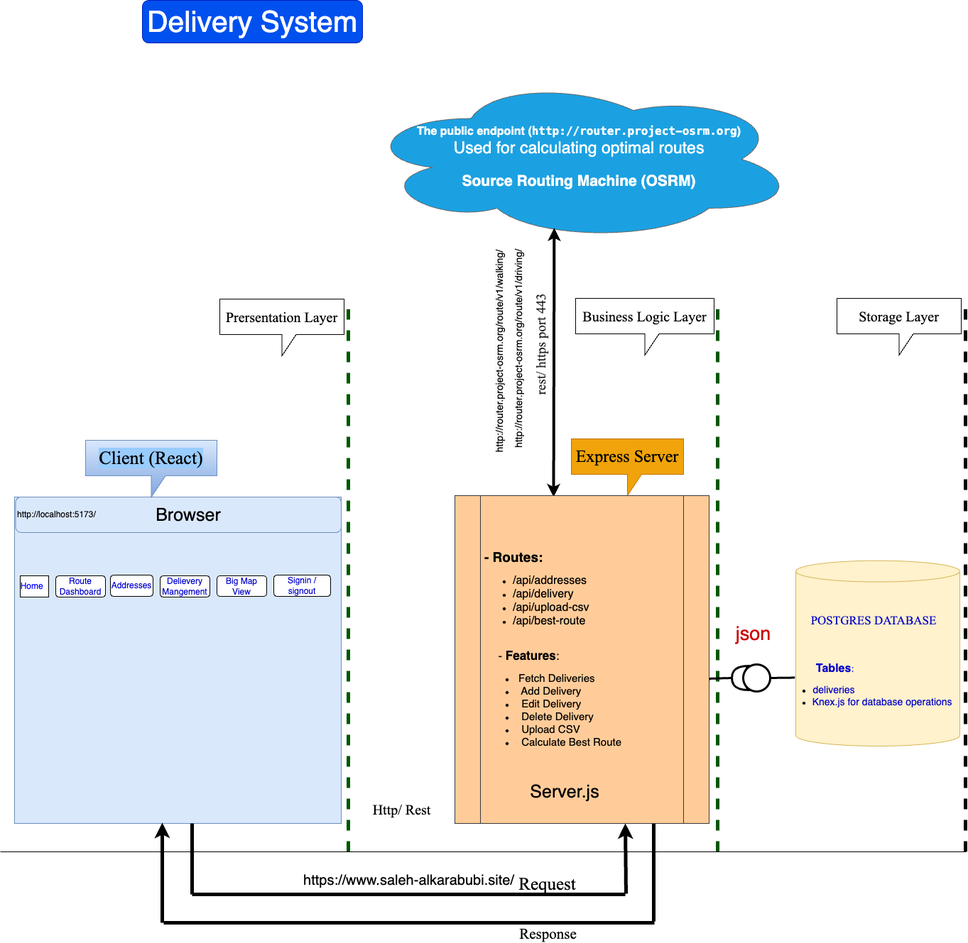
The draw.io diagram client/src/assets/Diagram.drawio.png in karabubi/Delivery-man-system, before a commit. Source tidied: cells renumbered, new cells last; positions are measured from the earlier drawing's top-left corner, leaving out a move shared by most shapes.
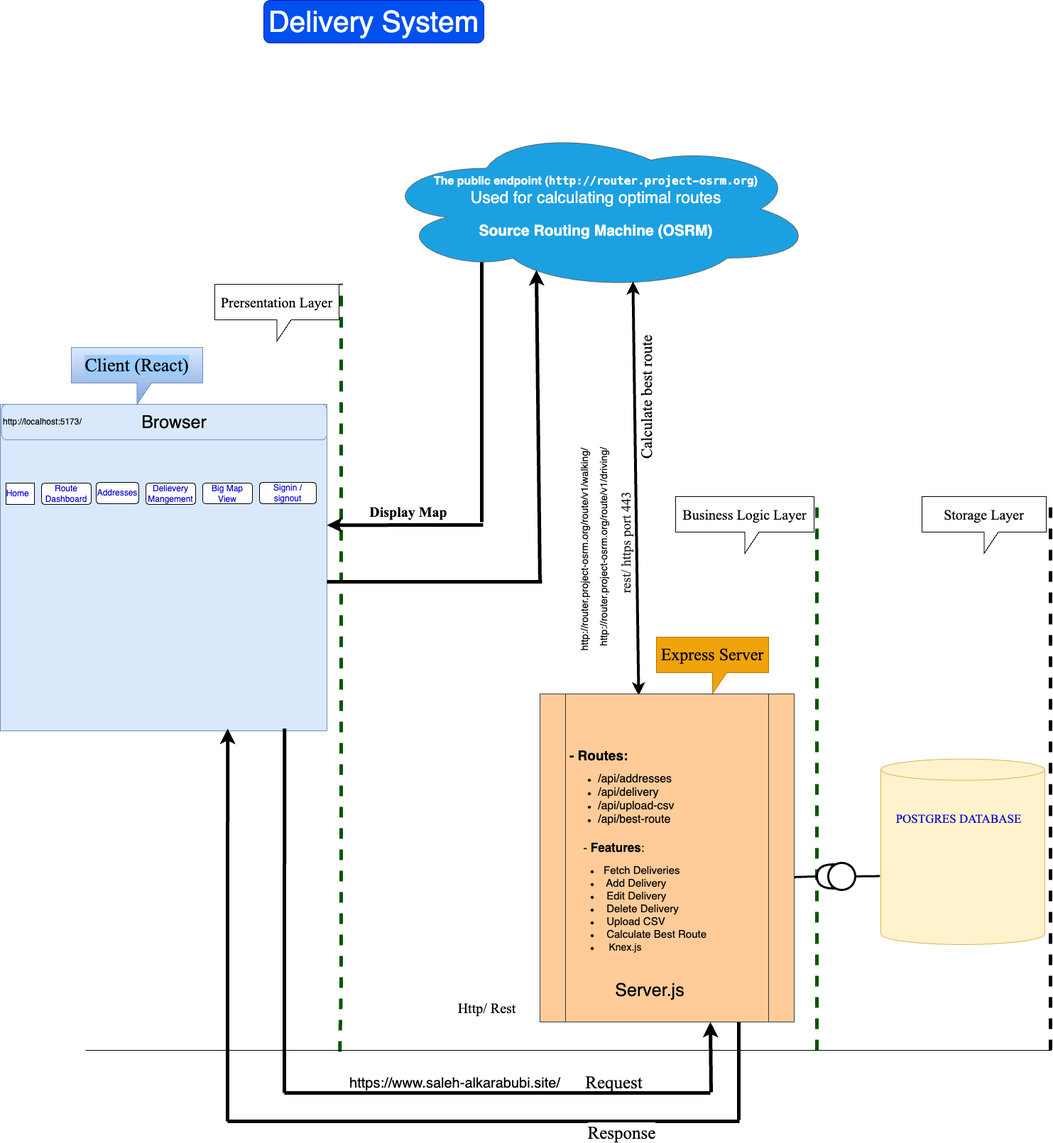
Above is the later version.

Diff of the diagram source:
```diff
@@ -5,27 +5,27 @@
     <mxCell id="2" style="whiteSpace=wrap;html=1;fillColor=#dae8fc;strokeColor=#6c8ebf;" parent="1" vertex="1">
-      <mxGeometry x="20" y="700" width="460" height="460" as="geometry" />
+      <mxGeometry x="-120" y="290" width="460" height="460" as="geometry" />
     </mxCell>
     <mxCell id="3" value="&lt;font style=&quot;font-size: 41px;&quot;&gt;Delivery System&lt;/font&gt;" style="rounded=1;whiteSpace=wrap;html=1;fillColor=#0050ef;fontColor=#ffffff;strokeColor=#001DBC;" parent="1" vertex="1">
-      <mxGeometry x="200" width="310" height="60" as="geometry" />
+      <mxGeometry x="251" y="-279" width="310" height="60" as="geometry" />
     </mxCell>
     <mxCell id="4" value="&lt;font color=&quot;#0000ff&quot;&gt;Home&amp;nbsp;&amp;nbsp;&lt;/font&gt;" style="rounded=0;whiteSpace=wrap;html=1;" parent="1" vertex="1">
-      <mxGeometry x="28" y="811" width="40" height="30" as="geometry" />
+      <mxGeometry x="-112" y="401" width="40" height="30" as="geometry" />
     </mxCell>
     <mxCell id="5" value="&lt;font color=&quot;#0000cc&quot;&gt;Route Dashboard&lt;/font&gt;" style="rounded=1;whiteSpace=wrap;html=1;" parent="1" vertex="1">
-      <mxGeometry x="78" y="811" width="70" height="30" as="geometry" />
+      <mxGeometry x="-62" y="401" width="70" height="30" as="geometry" />
     </mxCell>
     <mxCell id="6" value="&lt;font color=&quot;#0000cc&quot;&gt;Addresses&lt;/font&gt;" style="rounded=1;whiteSpace=wrap;html=1;" parent="1" vertex="1">
-      <mxGeometry x="155" y="810" width="60" height="30" as="geometry" />
+      <mxGeometry x="15" y="400" width="60" height="30" as="geometry" />
     </mxCell>
     <mxCell id="7" value="&lt;font color=&quot;#0000cc&quot;&gt;Delievery Mangement&lt;/font&gt;" style="rounded=1;whiteSpace=wrap;html=1;" parent="1" vertex="1">
-      <mxGeometry x="225" y="811" width="70" height="30" as="geometry" />
+      <mxGeometry x="85" y="401" width="70" height="30" as="geometry" />
     </mxCell>
     <mxCell id="8" value="&lt;font color=&quot;#0000cc&quot;&gt;Big Map View&lt;/font&gt;" style="rounded=1;whiteSpace=wrap;html=1;" parent="1" vertex="1">
-      <mxGeometry x="305" y="811" width="70" height="29" as="geometry" />
+      <mxGeometry x="165" y="401" width="70" height="29" as="geometry" />
     </mxCell>
     <mxCell id="9" value="&lt;font color=&quot;#0000cc&quot;&gt;Signin / signout&lt;/font&gt;" style="rounded=1;whiteSpace=wrap;html=1;" parent="1" vertex="1">
-      <mxGeometry x="385" y="810" width="80" height="30" as="geometry" />
+      <mxGeometry x="245" y="400" width="80" height="30" as="geometry" />
     </mxCell>
     <mxCell id="10" value="http://localhost:5173/" style="rounded=1;whiteSpace=wrap;html=1;align=left;fillColor=#dae8fc;strokeColor=#6c8ebf;" parent="1" vertex="1">
-      <mxGeometry x="21.5" y="700" width="458.5" height="50" as="geometry" />
+      <mxGeometry x="-118.5" y="290" width="458.5" height="50" as="geometry" />
     </mxCell>
@@ -35,3 +35,3 @@
     <mxCell id="12" value="&lt;div&gt;&lt;br&gt;&lt;/div&gt;&lt;div&gt;&lt;b style=&quot;background-color: initial;&quot;&gt;&lt;font style=&quot;font-size: 16px;&quot;&gt;The public endpoint (&lt;code style=&quot;&quot;&gt;http://router.project-osrm.org&lt;/code&gt;)&lt;/font&gt;&lt;/b&gt;&lt;/div&gt;&lt;div&gt;&lt;font style=&quot;font-size: 23px;&quot;&gt;&lt;div style=&quot;&quot;&gt;Used for calculating optimal routes&lt;/div&gt;&lt;/font&gt;&lt;/div&gt;&lt;div&gt;&lt;font style=&quot;font-size: 17px;&quot;&gt;&lt;b&gt;&lt;br&gt;&lt;/b&gt;&lt;/font&gt;&lt;/div&gt;&lt;div&gt;&lt;font style=&quot;font-size: 21px;&quot;&gt;&lt;b style=&quot;&quot;&gt;Source Routing Machine (OSRM)&lt;/b&gt;&lt;/font&gt;&lt;/div&gt;&lt;div&gt;&lt;font style=&quot;font-size: 17px;&quot;&gt;&lt;b&gt;&lt;br&gt;&lt;/b&gt;&lt;/font&gt;&lt;/div&gt;" style="ellipse;shape=cloud;whiteSpace=wrap;html=1;fillColor=#1ba1e2;fontColor=#ffffff;strokeColor=#666666;" parent="1" vertex="1">
-      <mxGeometry x="510" y="109" width="610" height="230" as="geometry" />
+      <mxGeometry x="410" y="-100" width="618" height="230" as="geometry" />
     </mxCell>
@@ -39,4 +39,4 @@
       <mxGeometry relative="1" as="geometry">
-        <mxPoint x="1010" y="1200" as="sourcePoint" />
-        <mxPoint x="1010" y="420" as="targetPoint" />
+        <mxPoint x="1030" y="1200" as="sourcePoint" />
+        <mxPoint x="1030" y="420" as="targetPoint" />
       </mxGeometry>
@@ -49,6 +49,9 @@
     </mxCell>
-    <mxCell id="15" style="endArrow=none;dashed=1;html=1;rounded=0;fillColor=#008a00;strokeColor=#005700;strokeWidth=5;" parent="1" edge="1">
+    <mxCell id="15" style="endArrow=none;dashed=1;html=1;rounded=0;fillColor=#008a00;strokeColor=#005700;strokeWidth=5;exitX=0.194;exitY=1.075;exitDx=0;exitDy=0;exitPerimeter=0;" parent="1" edge="1">
       <mxGeometry relative="1" as="geometry">
-        <mxPoint x="490" y="1200" as="sourcePoint" />
-        <mxPoint x="490" y="420" as="targetPoint" />
+        <mxPoint x="358.1" y="1202" as="sourcePoint" />
+        <mxPoint x="360" y="120" as="targetPoint" />
+        <Array as="points">
+          <mxPoint x="360" y="1109" />
+        </Array>
       </mxGeometry>
@@ -56,6 +59,6 @@
     <mxCell id="16" value="&lt;font style=&quot;font-size: 20px;&quot;&gt;Prersentation Layer&lt;/font&gt;" style="shape=callout;whiteSpace=wrap;html=1;perimeter=calloutPerimeter;fontFamily=Times New Roman;" parent="1" vertex="1">
-      <mxGeometry x="309" y="421" width="175" height="80" as="geometry" />
+      <mxGeometry x="182" y="121" width="175" height="80" as="geometry" />
     </mxCell>
     <mxCell id="17" value="&lt;font style=&quot;font-size: 20px;&quot;&gt;Business Logic Layer&lt;/font&gt;" style="shape=callout;whiteSpace=wrap;html=1;perimeter=calloutPerimeter;fontFamily=Times New Roman;" parent="1" vertex="1">
-      <mxGeometry x="810" y="420" width="195" height="80" as="geometry" />
+      <mxGeometry x="831" y="420" width="195" height="80" as="geometry" />
     </mxCell>
@@ -68,3 +71,3 @@
     <mxCell id="20" value="&lt;span style=&quot;font-family: &amp;quot;Times New Roman&amp;quot;; font-size: 26px; font-style: normal; font-variant-ligatures: normal; font-variant-caps: normal; font-weight: 400; letter-spacing: normal; orphans: 2; text-align: center; text-indent: 0px; text-transform: none; widows: 2; word-spacing: 0px; -webkit-text-stroke-width: 0px; white-space: normal; text-decoration-thickness: initial; text-decoration-style: initial; text-decoration-color: initial; float: none; display: inline !important; background-color: rgb(153, 204, 255);&quot;&gt;Client (React)&lt;/span&gt;" style="shape=callout;whiteSpace=wrap;html=1;perimeter=calloutPerimeter;fillColor=#dae8fc;strokeColor=#6c8ebf;gradientColor=#7ea6e0;" parent="1" vertex="1">
-      <mxGeometry x="120" y="620" width="185" height="80" as="geometry" />
+      <mxGeometry x="-20" y="210" width="185" height="80" as="geometry" />
     </mxCell>
@@ -100,6 +103,5 @@
     </mxCell>
-    <mxCell id="28" style="endArrow=classic;html=1;rounded=0;strokeWidth=5;" parent="1" edge="1">
+    <mxCell id="28" style="endArrow=classic;html=1;rounded=0;strokeWidth=5;entryX=0.696;entryY=0.993;entryDx=0;entryDy=0;entryPerimeter=0;" parent="1" edge="1" target="2">
       <mxGeometry relative="1" as="geometry">
-        <mxPoint x="228" y="1300" as="sourcePoint" />
-        <mxPoint x="228" y="1159" as="targetPoint" />
+        <mxPoint x="200" y="1300" as="sourcePoint" />
       </mxGeometry>
@@ -108,3 +110,3 @@
       <mxGeometry relative="1" as="geometry">
-        <mxPoint x="270" y="1260" as="sourcePoint" />
+        <mxPoint x="280" y="1260" as="sourcePoint" />
         <mxPoint x="880" y="1260" as="targetPoint" />
@@ -126,3 +128,3 @@
       <mxGeometry relative="1" as="geometry">
-        <mxPoint x="230" y="1300" as="sourcePoint" />
+        <mxPoint x="200" y="1300" as="sourcePoint" />
         <mxPoint x="921" y="1300" as="targetPoint" />
@@ -130,3 +132,3 @@
     </mxCell>
-    <mxCell id="33" value="&lt;font style=&quot;font-size: 21px;&quot; face=&quot;Times New Roman&quot;&gt;Response&lt;/font&gt;" style="edgeLabel;html=1;align=center;verticalAlign=middle;" parent="32" vertex="1">
+    <mxCell id="33" value="&lt;font style=&quot;font-size: 25px;&quot; face=&quot;Times New Roman&quot;&gt;Response&lt;/font&gt;" style="edgeLabel;html=1;align=center;verticalAlign=middle;" parent="32" vertex="1">
       <mxGeometry x="-0.03" y="-4" relative="1" as="geometry">
@@ -135,6 +137,5 @@
     </mxCell>
-    <mxCell id="34" style="endArrow=none;html=1;rounded=0;strokeWidth=5;" parent="1" edge="1">
+    <mxCell id="34" style="endArrow=none;html=1;rounded=0;strokeWidth=5;entryX=0.87;entryY=0.993;entryDx=0;entryDy=0;entryPerimeter=0;" parent="1" edge="1" target="2">
       <mxGeometry relative="1" as="geometry">
-        <mxPoint x="270" y="1260" as="sourcePoint" />
-        <mxPoint x="270" y="1160" as="targetPoint" />
+        <mxPoint x="280" y="1260" as="sourcePoint" />
       </mxGeometry>
@@ -142,8 +143,7 @@
     <mxCell id="35" value="&lt;font face=&quot;Times New Roman&quot; style=&quot;font-size: 25px;&quot;&gt;Request&lt;/font&gt;" style="text;html=1;align=center;verticalAlign=middle;strokeColor=none;fillColor=none;" parent="1" vertex="1">
-      <mxGeometry x="720" y="1225" width="100" height="40" as="geometry" />
+      <mxGeometry x="694" y="1225" width="100" height="40" as="geometry" />
     </mxCell>
-    <mxCell id="36" style="endArrow=classic;startArrow=classic;html=1;rounded=0;strokeWidth=4;entryX=0.366;entryY=0.869;entryDx=0;entryDy=0;entryPerimeter=0;" parent="1" edge="1">
+    <mxCell id="36" style="endArrow=classic;startArrow=classic;html=1;rounded=0;strokeWidth=4;entryX=0.584;entryY=0.943;entryDx=0;entryDy=0;entryPerimeter=0;" parent="1" edge="1" target="12">
       <mxGeometry relative="1" as="geometry">
         <mxPoint x="779" y="700" as="sourcePoint" />
-        <mxPoint x="779.9" y="320.7" as="targetPoint" />
       </mxGeometry>
@@ -151,3 +151,3 @@
     <mxCell id="37" value="&lt;font style=&quot;font-size: 20px;&quot;&gt;https://www.saleh-alkarabubi.site/&lt;/font&gt;" style="text;html=1;align=center;verticalAlign=middle;strokeColor=none;fillColor=none;strokeWidth=5;" parent="1" vertex="1">
-      <mxGeometry x="415" y="1220" width="320" height="40" as="geometry" />
+      <mxGeometry x="360" y="1226" width="320" height="40" as="geometry" />
     </mxCell>
@@ -163,3 +163,3 @@
     <mxCell id="41" value="&lt;font style=&quot;font-size: 25px;&quot;&gt;Browser&lt;/font&gt;" style="text;html=1;align=center;verticalAlign=middle;whiteSpace=wrap;rounded=0;" parent="1" vertex="1">
-      <mxGeometry x="170" y="710" width="190" height="30" as="geometry" />
+      <mxGeometry x="30" y="300" width="190" height="30" as="geometry" />
     </mxCell>
@@ -168,8 +168,5 @@
     </mxCell>
-    <mxCell id="43" value="&lt;div&gt;&lt;font style=&quot;font-size: 17px;&quot;&gt;&amp;nbsp;- &lt;b&gt;Features&lt;/b&gt;:&amp;nbsp; &amp;nbsp; &amp;nbsp; &amp;nbsp; &amp;nbsp; &amp;nbsp; &amp;nbsp; &amp;nbsp; &amp;nbsp; &amp;nbsp; &amp;nbsp; &amp;nbsp; &amp;nbsp; &amp;nbsp; &amp;nbsp; &amp;nbsp; &amp;nbsp;&lt;/font&gt;&lt;/div&gt;&lt;div&gt;&lt;ul&gt;&lt;li style=&quot;text-align: left;&quot;&gt;&lt;font style=&quot;font-size: 15px;&quot;&gt;&amp;nbsp;Fetch Deliveries&amp;nbsp; &amp;nbsp; &amp;nbsp; &amp;nbsp; &amp;nbsp; &amp;nbsp; &amp;nbsp; &amp;nbsp; &amp;nbsp; &amp;nbsp; &amp;nbsp; &amp;nbsp; &amp;nbsp; &amp;nbsp;&lt;/font&gt;&lt;/li&gt;&lt;li style=&quot;text-align: left;&quot;&gt;&lt;font style=&quot;font-size: 15px;&quot;&gt;&amp;nbsp; Add Delivery&amp;nbsp; &amp;nbsp; &amp;nbsp; &amp;nbsp; &amp;nbsp; &amp;nbsp; &amp;nbsp; &amp;nbsp; &amp;nbsp; &amp;nbsp; &amp;nbsp; &amp;nbsp; &amp;nbsp; &amp;nbsp; &amp;nbsp; &amp;nbsp;&lt;/font&gt;&lt;/li&gt;&lt;li style=&quot;text-align: left;&quot;&gt;&lt;font style=&quot;font-size: 15px;&quot;&gt;&amp;nbsp; Edit Delivery&amp;nbsp; &amp;nbsp; &amp;nbsp; &amp;nbsp; &amp;nbsp; &amp;nbsp; &amp;nbsp; &amp;nbsp; &amp;nbsp; &amp;nbsp; &amp;nbsp; &amp;nbsp; &amp;nbsp; &amp;nbsp; &amp;nbsp;&amp;nbsp;&lt;/font&gt;&lt;/li&gt;&lt;li style=&quot;text-align: left;&quot;&gt;&lt;font style=&quot;font-size: 15px;&quot;&gt;&amp;nbsp; Delete Delivery&amp;nbsp; &amp;nbsp; &amp;nbsp; &amp;nbsp; &amp;nbsp; &amp;nbsp; &amp;nbsp; &amp;nbsp; &amp;nbsp; &amp;nbsp; &amp;nbsp; &amp;nbsp; &amp;nbsp; &amp;nbsp;&lt;/font&gt;&lt;/li&gt;&lt;li style=&quot;text-align: left;&quot;&gt;&lt;font style=&quot;font-size: 15px;&quot;&gt;&amp;nbsp; Upload CSV&amp;nbsp; &amp;nbsp; &amp;nbsp; &amp;nbsp; &amp;nbsp; &amp;nbsp; &amp;nbsp; &amp;nbsp; &amp;nbsp; &amp;nbsp; &amp;nbsp; &amp;nbsp; &amp;nbsp; &amp;nbsp; &amp;nbsp; &amp;nbsp; &amp;nbsp;&lt;/font&gt;&lt;/li&gt;&lt;li style=&quot;text-align: left;&quot;&gt;&lt;font style=&quot;font-size: 15px;&quot;&gt;&amp;nbsp; Calculate Best Route&amp;nbsp; &amp;nbsp;&amp;nbsp;&lt;/font&gt;&lt;/li&gt;&lt;/ul&gt;&lt;/div&gt;" style="text;html=1;align=center;verticalAlign=middle;whiteSpace=wrap;rounded=0;" parent="1" vertex="1">
+    <mxCell id="43" value="&lt;div&gt;&lt;font style=&quot;font-size: 17px;&quot;&gt;&amp;nbsp;- &lt;b&gt;Features&lt;/b&gt;:&amp;nbsp; &amp;nbsp; &amp;nbsp; &amp;nbsp; &amp;nbsp; &amp;nbsp; &amp;nbsp; &amp;nbsp; &amp;nbsp; &amp;nbsp; &amp;nbsp; &amp;nbsp; &amp;nbsp; &amp;nbsp; &amp;nbsp; &amp;nbsp; &amp;nbsp;&lt;/font&gt;&lt;/div&gt;&lt;div&gt;&lt;ul&gt;&lt;li style=&quot;text-align: left;&quot;&gt;&lt;font style=&quot;font-size: 15px;&quot;&gt;&amp;nbsp;Fetch Deliveries&amp;nbsp; &amp;nbsp; &amp;nbsp; &amp;nbsp; &amp;nbsp; &amp;nbsp; &amp;nbsp; &amp;nbsp; &amp;nbsp; &amp;nbsp; &amp;nbsp; &amp;nbsp; &amp;nbsp; &amp;nbsp;&lt;/font&gt;&lt;/li&gt;&lt;li style=&quot;text-align: left;&quot;&gt;&lt;font style=&quot;font-size: 15px;&quot;&gt;&amp;nbsp; Add Delivery&amp;nbsp; &amp;nbsp; &amp;nbsp; &amp;nbsp; &amp;nbsp; &amp;nbsp; &amp;nbsp; &amp;nbsp; &amp;nbsp; &amp;nbsp; &amp;nbsp; &amp;nbsp; &amp;nbsp; &amp;nbsp; &amp;nbsp; &amp;nbsp;&lt;/font&gt;&lt;/li&gt;&lt;li style=&quot;text-align: left;&quot;&gt;&lt;font style=&quot;font-size: 15px;&quot;&gt;&amp;nbsp; Edit Delivery&amp;nbsp; &amp;nbsp; &amp;nbsp; &amp;nbsp; &amp;nbsp; &amp;nbsp; &amp;nbsp; &amp;nbsp; &amp;nbsp; &amp;nbsp; &amp;nbsp; &amp;nbsp; &amp;nbsp; &amp;nbsp; &amp;nbsp;&amp;nbsp;&lt;/font&gt;&lt;/li&gt;&lt;li style=&quot;text-align: left;&quot;&gt;&lt;font style=&quot;font-size: 15px;&quot;&gt;&amp;nbsp; Delete Delivery&amp;nbsp; &amp;nbsp; &amp;nbsp; &amp;nbsp; &amp;nbsp; &amp;nbsp; &amp;nbsp; &amp;nbsp; &amp;nbsp; &amp;nbsp; &amp;nbsp; &amp;nbsp; &amp;nbsp; &amp;nbsp;&lt;/font&gt;&lt;/li&gt;&lt;li style=&quot;text-align: left;&quot;&gt;&lt;font style=&quot;font-size: 15px;&quot;&gt;&amp;nbsp; Upload CSV&amp;nbsp; &amp;nbsp; &amp;nbsp; &amp;nbsp; &amp;nbsp; &amp;nbsp; &amp;nbsp; &amp;nbsp; &amp;nbsp; &amp;nbsp; &amp;nbsp; &amp;nbsp; &amp;nbsp; &amp;nbsp; &amp;nbsp; &amp;nbsp; &amp;nbsp;&lt;/font&gt;&lt;/li&gt;&lt;li style=&quot;text-align: left;&quot;&gt;&lt;font style=&quot;font-size: 15px;&quot;&gt;&amp;nbsp; Calculate Best Route&lt;/font&gt;&lt;/li&gt;&lt;li style=&quot;text-align: left;&quot;&gt;&lt;font style=&quot;font-size: 15px;&quot;&gt;&lt;span style=&quot;font-size: 14px; text-align: center;&quot;&gt;&amp;nbsp; &amp;nbsp;Knex.js&lt;/span&gt;&amp;nbsp; &amp;nbsp;&amp;nbsp;&lt;/font&gt;&lt;/li&gt;&lt;/ul&gt;&lt;/div&gt;" style="text;html=1;align=center;verticalAlign=middle;whiteSpace=wrap;rounded=0;" parent="1" vertex="1">
       <mxGeometry x="680" y="900" width="280" height="180" as="geometry" />
     </mxCell>
-    <mxCell id="44" value="&lt;font color=&quot;#cc0000&quot; style=&quot;font-size: 27px;&quot;&gt;json&lt;/font&gt;" style="text;html=1;align=center;verticalAlign=middle;strokeColor=none;fillColor=none;" parent="1" vertex="1">
-      <mxGeometry x="1025" y="868" width="70" height="50" as="geometry" />
-    </mxCell>
     <mxCell id="45" value="&lt;span style=&quot;color: rgb(0, 0, 0); font-family: Helvetica; font-style: normal; font-variant-ligatures: normal; font-variant-caps: normal; font-weight: 400; letter-spacing: normal; orphans: 2; text-align: center; text-indent: 0px; text-transform: none; widows: 2; word-spacing: 0px; -webkit-text-stroke-width: 0px; white-space: normal; background-color: rgb(251, 251, 251); text-decoration-thickness: initial; text-decoration-style: initial; text-decoration-color: initial; float: none; display: inline !important;&quot;&gt;&lt;font style=&quot;font-size: 14px;&quot;&gt;http://router.project-osrm.org/route/v1/walking/&lt;/font&gt;&lt;/span&gt;" style="text;whiteSpace=wrap;html=1;rotation=-90;" parent="1" vertex="1">
@@ -177,5 +174,2 @@
     </mxCell>
-    <mxCell id="46" value="&lt;div&gt;&lt;font color=&quot;#0000cc&quot;&gt;&lt;font style=&quot;font-size: 13px;&quot;&gt;&amp;nbsp; &amp;nbsp; &amp;nbsp; &amp;nbsp; &amp;nbsp; &lt;/font&gt;&lt;font style=&quot;font-size: 16px;&quot;&gt;&lt;b&gt;Tables&lt;/b&gt;&lt;/font&gt;&lt;font style=&quot;font-size: 13px;&quot;&gt;:&amp;nbsp; &amp;nbsp; &amp;nbsp; &amp;nbsp; &amp;nbsp; &amp;nbsp; &amp;nbsp; &amp;nbsp; &amp;nbsp; &amp;nbsp; &amp;nbsp; &amp;nbsp; &amp;nbsp; &amp;nbsp; &amp;nbsp; &amp;nbsp; &amp;nbsp; &amp;nbsp; &amp;nbsp;&amp;nbsp;&lt;/font&gt;&lt;/font&gt;&lt;/div&gt;&lt;div&gt;&lt;ul&gt;&lt;li&gt;&lt;span style=&quot;background-color: initial;&quot;&gt;&lt;font color=&quot;#0000cc&quot; style=&quot;font-size: 14px;&quot;&gt;deliveries&amp;nbsp; &amp;nbsp; &amp;nbsp; &amp;nbsp; &amp;nbsp; &amp;nbsp; &amp;nbsp; &amp;nbsp; &amp;nbsp; &amp;nbsp; &amp;nbsp; &amp;nbsp; &amp;nbsp; &amp;nbsp; &amp;nbsp; &amp;nbsp; &amp;nbsp; &amp;nbsp; &amp;nbsp;&lt;/font&gt;&lt;/span&gt;&lt;/li&gt;&lt;li&gt;&lt;font color=&quot;#0000cc&quot; style=&quot;font-size: 14px;&quot;&gt;Knex.js for database operations&amp;nbsp;&amp;nbsp;&lt;/font&gt;&lt;/li&gt;&lt;/ul&gt;&lt;/div&gt;" style="text;html=1;align=center;verticalAlign=middle;whiteSpace=wrap;rounded=0;" parent="1" vertex="1">
-      <mxGeometry x="1101" y="890" width="250" height="161" as="geometry" />
-    </mxCell>
     <mxCell id="47" value="&lt;span style=&quot;color: rgb(0, 0, 204); font-family: &amp;quot;Times New Roman&amp;quot;; font-size: 17px;&quot;&gt;POSTGRES DATABASE&lt;/span&gt;" style="text;html=1;align=center;verticalAlign=middle;whiteSpace=wrap;rounded=0;" parent="1" vertex="1">
@@ -186,2 +180,34 @@
     </mxCell>
+    <mxCell id="49" style="endArrow=classic;html=1;rounded=0;strokeWidth=5;entryX=0.364;entryY=0.874;entryDx=0;entryDy=0;entryPerimeter=0;" parent="1" edge="1" target="12">
+      <mxGeometry relative="1" as="geometry">
+        <mxPoint x="640" y="540" as="sourcePoint" />
+      </mxGeometry>
+    </mxCell>
+    <mxCell id="50" style="endArrow=none;html=1;rounded=0;strokeWidth=5;" parent="1" edge="1">
+      <mxGeometry relative="1" as="geometry">
+        <mxPoint x="340" y="540" as="sourcePoint" />
+        <mxPoint x="643" y="540" as="targetPoint" />
+      </mxGeometry>
+    </mxCell>
+    <mxCell id="51" style="endArrow=none;html=1;rounded=0;strokeWidth=5;" parent="1" edge="1">
+      <mxGeometry relative="1" as="geometry">
+        <mxPoint x="558" y="456" as="sourcePoint" />
+        <mxPoint x="558" y="110" as="targetPoint" />
+        <Array as="points">
+          <mxPoint x="558" y="110" />
+          <mxPoint x="558" y="90" />
+        </Array>
+      </mxGeometry>
+    </mxCell>
+    <mxCell id="52" style="endArrow=classic;html=1;rounded=0;strokeWidth=5;entryX=1;entryY=0.37;entryDx=0;entryDy=0;entryPerimeter=0;" parent="1" edge="1" target="2">
+      <mxGeometry relative="1" as="geometry">
+        <mxPoint x="560" y="460" as="sourcePoint" />
+      </mxGeometry>
+    </mxCell>
+    <mxCell id="53" value="&lt;font face=&quot;Times New Roman&quot; style=&quot;font-size: 20px;&quot;&gt;&lt;b style=&quot;&quot;&gt;Display Map&lt;/b&gt;&lt;/font&gt;" style="text;html=1;align=center;verticalAlign=middle;whiteSpace=wrap;rounded=0;" parent="1" vertex="1">
+      <mxGeometry x="380" y="426" width="150" height="30" as="geometry" />
+    </mxCell>
+    <mxCell id="54" value="&lt;font style=&quot;font-size: 22px;&quot; face=&quot;Times New Roman&quot;&gt;Calculate best route&lt;/font&gt;" style="text;html=1;align=center;verticalAlign=middle;whiteSpace=wrap;rounded=0;rotation=-90;" parent="1" vertex="1">
+      <mxGeometry x="697" y="261" width="187.5" height="38.5" as="geometry" />
+    </mxCell>
   </root>
```
